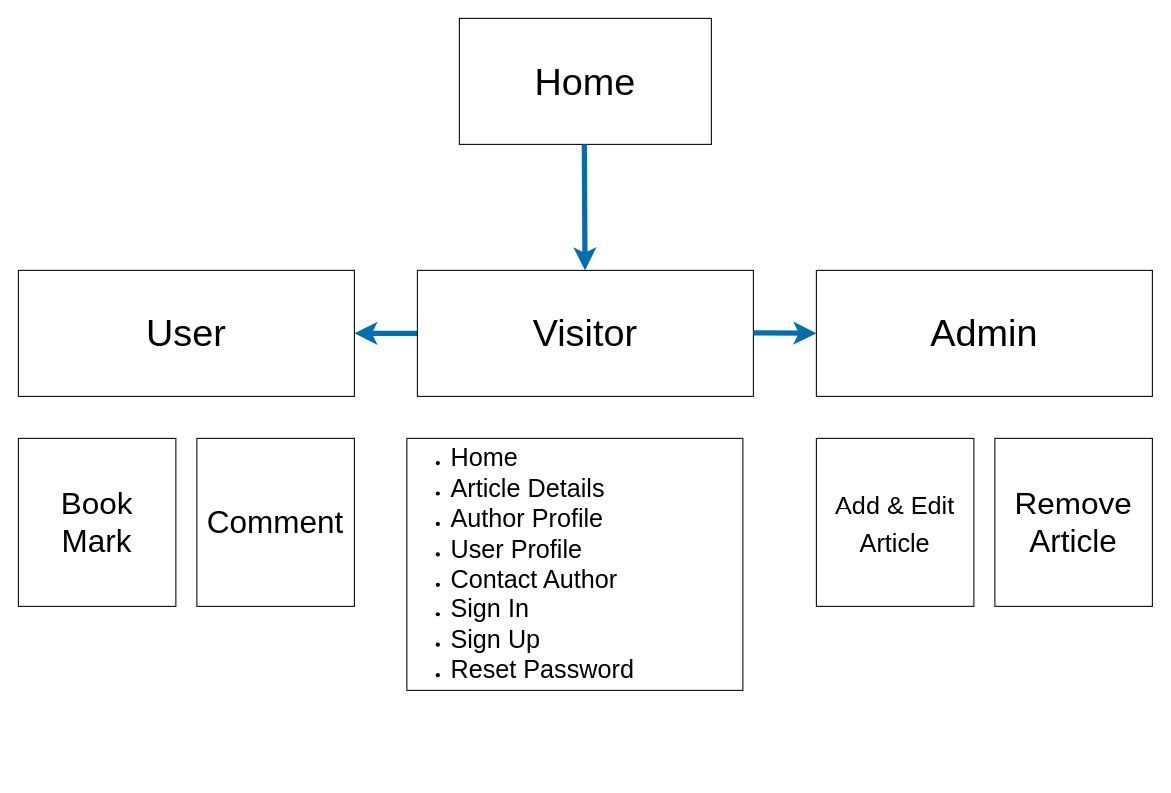
Earlier version of the draw.io diagram Auth__node.drawio (thomasmartin1783/Sketch). Source tidied: cells renumbered, new cells numbered last; positions are measured from the earlier drawing's top-left corner, leaving out a move shared by most shapes. Both pictures are drawn from the tidied source at 105%, with x=0, y=0 at pixel (18, 18).
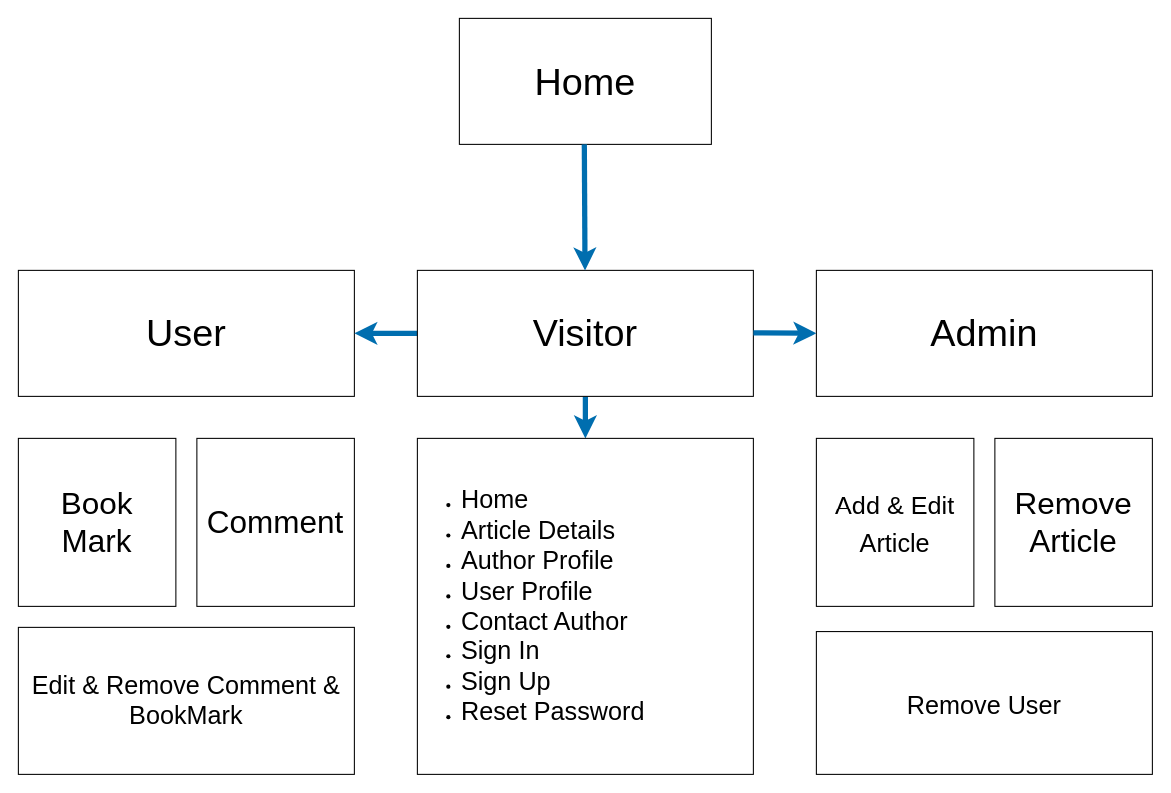
Above is the later version.

The edit, as a diff of the source:
```diff
@@
 <mxGraphModel>
   <root>
     <mxCell id="0" />
     <mxCell id="1" parent="0" />
     <mxCell id="2" value="&lt;font style=&quot;font-size: 36px&quot;&gt;Home&lt;/font&gt;" style="rounded=0;whiteSpace=wrap;html=1;" parent="1" vertex="1">
       <mxGeometry x="420" width="240" height="120" as="geometry" />
     </mxCell>
     <mxCell id="3" value="&lt;font style=&quot;font-size: 36px&quot;&gt;Admin&lt;/font&gt;" style="rounded=0;whiteSpace=wrap;html=1;" parent="1" vertex="1">
       <mxGeometry x="760" y="240" width="320" height="120" as="geometry" />
     </mxCell>
     <mxCell id="4" value="&lt;font style=&quot;font-size: 36px&quot;&gt;User&lt;/font&gt;" style="rounded=0;whiteSpace=wrap;html=1;" parent="1" vertex="1">
       <mxGeometry y="240" width="320" height="120" as="geometry" />
     </mxCell>
     <mxCell id="5" value="&lt;font style=&quot;font-size: 24px&quot;&gt;Add &amp;amp; Edit Article&lt;/font&gt;" style="rounded=0;whiteSpace=wrap;html=1;fontSize=30;" parent="1" vertex="1">
       <mxGeometry x="760" y="400" width="150" height="160" as="geometry" />
     </mxCell>
     <mxCell id="6" value="&lt;font style=&quot;font-size: 30px&quot;&gt;Comment&lt;/font&gt;" style="rounded=0;whiteSpace=wrap;html=1;" parent="1" vertex="1">
       <mxGeometry x="170" y="400" width="150" height="160" as="geometry" />
     </mxCell>
     <mxCell id="7" value="&lt;font style=&quot;font-size: 30px&quot;&gt;Remove Article&lt;/font&gt;" style="rounded=0;whiteSpace=wrap;html=1;" parent="1" vertex="1">
       <mxGeometry x="930" y="400" width="150" height="160" as="geometry" />
     </mxCell>
     <mxCell id="8" value="&lt;font style=&quot;font-size: 30px&quot;&gt;Book&lt;br&gt;Mark&lt;/font&gt;" style="rounded=0;whiteSpace=wrap;html=1;" parent="1" vertex="1">
       <mxGeometry y="400" width="150" height="160" as="geometry" />
     </mxCell>
     <mxCell id="9" style="edgeStyle=orthogonalEdgeStyle;rounded=1;jettySize=auto;html=1;strokeWidth=5;fillColor=#1ba1e2;strokeColor=#006EAF;" parent="1" edge="1" source="10" target="4">
       <mxGeometry relative="1" as="geometry" />
     </mxCell>
+    <mxCell id="14" style="edgeStyle=orthogonalEdgeStyle;rounded=0;jettySize=auto;html=1;fillColor=#1ba1e2;strokeColor=#006EAF;strokeWidth=5;" parent="1" edge="1" source="10" target="11">
+      <mxGeometry relative="1" as="geometry" />
+    </mxCell>
     <mxCell id="10" value="&lt;font style=&quot;font-size: 36px&quot;&gt;Visitor&lt;/font&gt;" style="rounded=0;whiteSpace=wrap;html=1;" parent="1" vertex="1">
       <mxGeometry x="380" y="240" width="320" height="120" as="geometry" />
     </mxCell>
     <mxCell id="11" value="&lt;ul&gt;&lt;li&gt;&lt;span&gt;&lt;font style=&quot;font-size: 24px&quot;&gt;Home&lt;/font&gt;&lt;/span&gt;&lt;/li&gt;&lt;li&gt;&lt;div&gt;&lt;span&gt;&lt;font style=&quot;font-size: 24px&quot;&gt;Article Details&lt;/font&gt;&lt;/span&gt;&lt;/div&gt;&lt;/li&gt;&lt;li&gt;&lt;font style=&quot;font-size: 24px&quot;&gt;Author Profile&lt;/font&gt;&lt;/li&gt;&lt;li&gt;&lt;font style=&quot;font-size: 24px&quot;&gt;User Profile&lt;/font&gt;&lt;/li&gt;&lt;li&gt;&lt;font style=&quot;font-size: 24px&quot;&gt;Contact Author&lt;/font&gt;&lt;/li&gt;&lt;li&gt;&lt;font style=&quot;font-size: 24px&quot;&gt;Sign In&lt;/font&gt;&lt;/li&gt;&lt;li&gt;&lt;font style=&quot;font-size: 24px&quot;&gt;Sign Up&lt;/font&gt;&lt;/li&gt;&lt;li&gt;&lt;font style=&quot;font-size: 24px&quot;&gt;Reset Password&lt;/font&gt;&lt;/li&gt;&lt;/ul&gt;" style="rounded=0;whiteSpace=wrap;html=1;align=left;" parent="1" vertex="1">
-      <mxGeometry x="370" y="400" width="320" height="240" as="geometry" />
+      <mxGeometry x="380" y="400" width="320" height="320" as="geometry" />
     </mxCell>
     <mxCell id="12" style="endArrow=classic;html=1;fillColor=#1ba1e2;strokeColor=#006EAF;rounded=1;strokeWidth=5;" parent="1" edge="1" target="10">
       <mxGeometry relative="1" as="geometry">
         <mxPoint x="539" y="120" as="sourcePoint" />
       </mxGeometry>
     </mxCell>
     <mxCell id="13" style="endArrow=classic;html=1;fillColor=#1ba1e2;strokeColor=#006EAF;rounded=1;strokeWidth=5;" parent="1" edge="1">
       <mxGeometry relative="1" as="geometry">
         <mxPoint x="700" y="299.5" as="sourcePoint" />
         <mxPoint x="760" y="300" as="targetPoint" />
       </mxGeometry>
     </mxCell>
+    <mxCell id="15" value="&lt;font style=&quot;font-size: 24px&quot;&gt;Remove User&lt;/font&gt;" style="rounded=0;whiteSpace=wrap;html=1;fontSize=30;" parent="1" vertex="1">
+      <mxGeometry x="760" y="584" width="320" height="136" as="geometry" />
+    </mxCell>
+    <mxCell id="16" value="&lt;font style=&quot;font-size: 24px&quot;&gt;Edit &amp;amp; Remove Comment &amp;amp; BookMark&lt;/font&gt;" style="whiteSpace=wrap;html=1;rounded=0;" parent="1" vertex="1">
+      <mxGeometry y="580" width="320" height="140" as="geometry" />
+    </mxCell>
   </root>
 </mxGraphModel>
```
